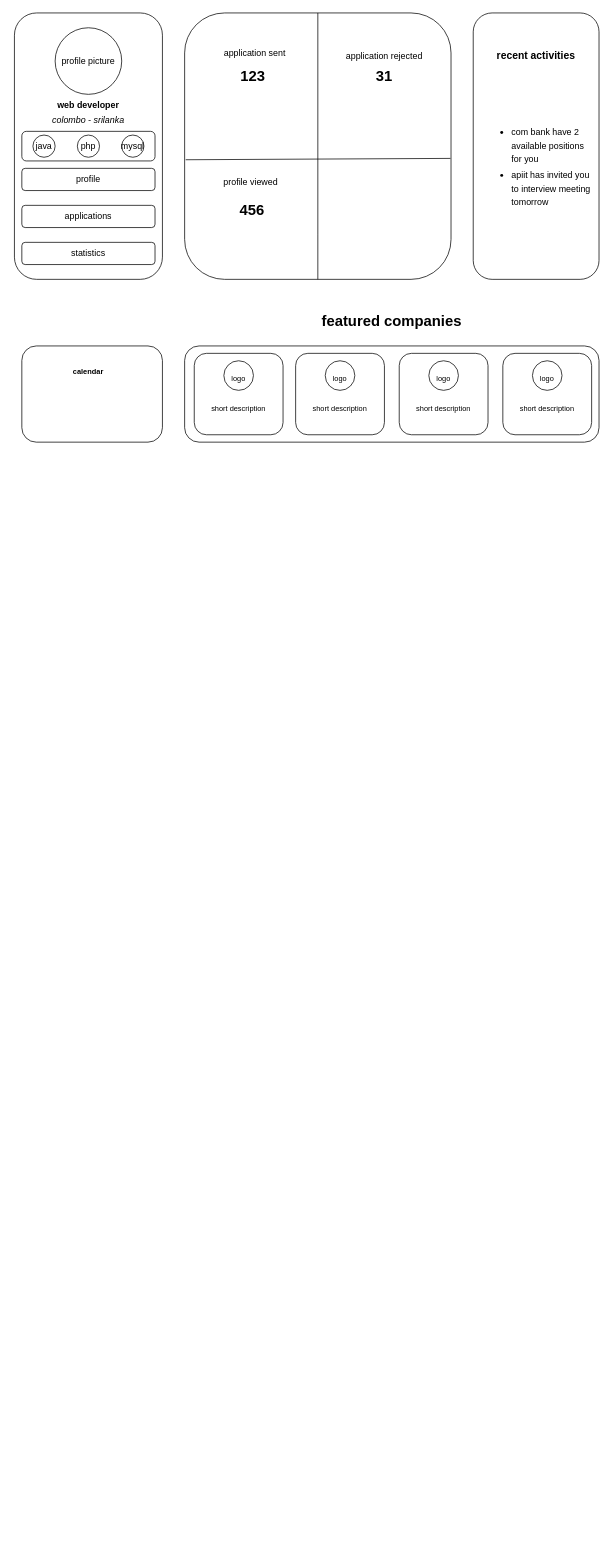
Before: Untitled Diagram.drawio in RUCZENO/WebTest, a draw.io diagram. Source tidied: cells renumbered, new cells numbered last; positions are measured from the earlier drawing's top-left corner, leaving out a move shared by most shapes. Both pictures are drawn from the tidied source at 74%, with x=0, y=0 at pixel (14, 13).
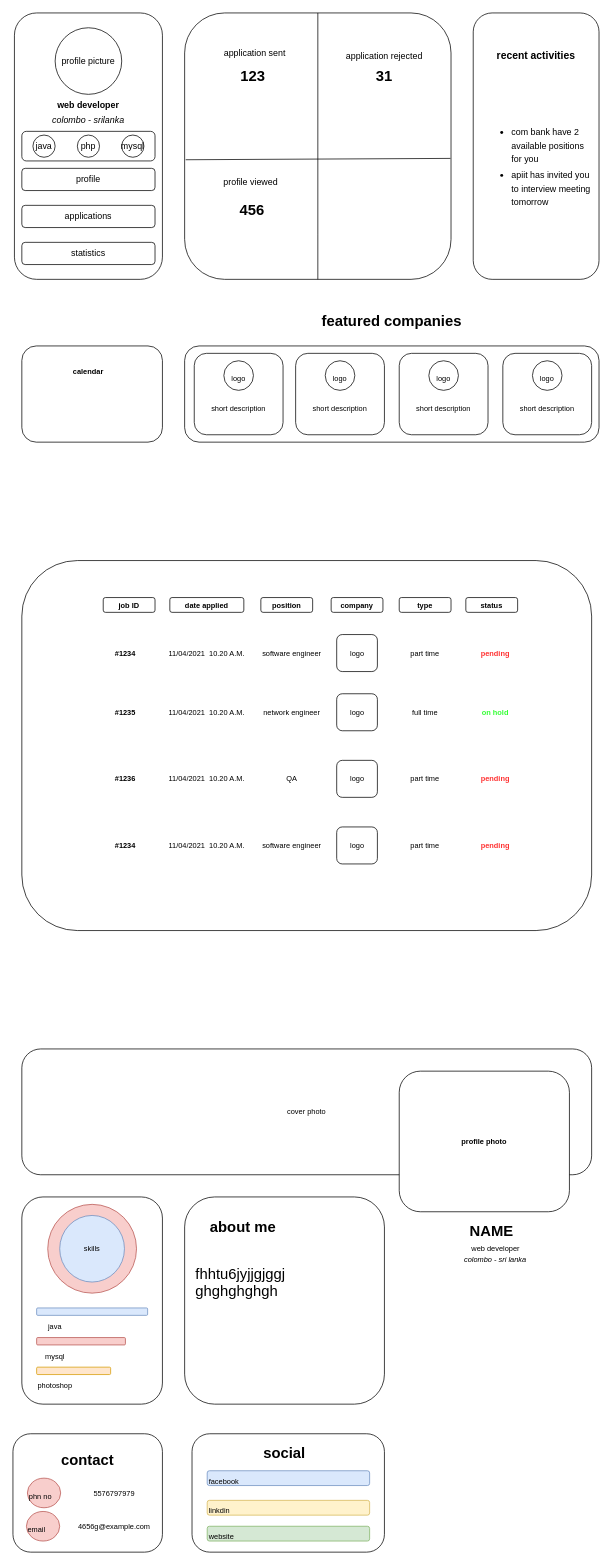
Above is the later version.

What changed in the source:
```diff
@@
+    <mxCell id="41" style="rounded=1;whiteSpace=wrap;html=1;fontSize=10;fillColor=default;" parent="1" vertex="1">
+      <mxGeometry x="10" y="740" width="770" height="500" as="geometry" />
+    </mxCell>
+    <mxCell id="42" value="&lt;b&gt;job ID&lt;/b&gt;" style="rounded=1;whiteSpace=wrap;html=1;fontSize=10;fillColor=default;" parent="1" vertex="1">
+      <mxGeometry x="120" y="790" width="70" height="20" as="geometry" />
+    </mxCell>
+    <mxCell id="43" value="&lt;b&gt;date applied&lt;/b&gt;" style="rounded=1;whiteSpace=wrap;html=1;fontSize=10;fillColor=default;" parent="1" vertex="1">
+      <mxGeometry x="210" y="790" width="100" height="20" as="geometry" />
+    </mxCell>
+    <mxCell id="44" value="&lt;b&gt;position&lt;/b&gt;" style="rounded=1;whiteSpace=wrap;html=1;fontSize=10;fillColor=default;" parent="1" vertex="1">
+      <mxGeometry x="333" y="790" width="70" height="20" as="geometry" />
+    </mxCell>
+    <mxCell id="45" value="&lt;b&gt;company&lt;/b&gt;" style="rounded=1;whiteSpace=wrap;html=1;fontSize=10;fillColor=default;" parent="1" vertex="1">
+      <mxGeometry x="428" y="790" width="70" height="20" as="geometry" />
+    </mxCell>
+    <mxCell id="46" value="&lt;b&gt;type&lt;/b&gt;" style="rounded=1;whiteSpace=wrap;html=1;fontSize=10;fillColor=default;" parent="1" vertex="1">
+      <mxGeometry x="520" y="790" width="70" height="20" as="geometry" />
+    </mxCell>
+    <mxCell id="47" value="&lt;b&gt;status&lt;/b&gt;" style="rounded=1;whiteSpace=wrap;html=1;fontSize=10;fillColor=default;" parent="1" vertex="1">
+      <mxGeometry x="610" y="790" width="70" height="20" as="geometry" />
+    </mxCell>
+    <mxCell id="48" value="logo" style="rounded=1;whiteSpace=wrap;html=1;fontSize=10;fillColor=default;" parent="1" vertex="1">
+      <mxGeometry x="435.5" y="840" width="55" height="50" as="geometry" />
+    </mxCell>
+    <mxCell id="49" value="11/04/2021&amp;nbsp; 10.20 A.M." style="text;html=1;strokeColor=none;fillColor=none;align=center;verticalAlign=middle;whiteSpace=wrap;rounded=0;fontSize=10;" parent="1" vertex="1">
+      <mxGeometry x="205" y="850" width="110" height="30" as="geometry" />
+    </mxCell>
+    <mxCell id="50" value="&lt;b&gt;#1234&lt;/b&gt;" style="text;html=1;strokeColor=none;fillColor=none;align=center;verticalAlign=middle;whiteSpace=wrap;rounded=0;fontSize=10;" parent="1" vertex="1">
+      <mxGeometry x="120" y="850" width="60" height="30" as="geometry" />
+    </mxCell>
+    <mxCell id="51" value="software engineer" style="text;html=1;strokeColor=none;fillColor=none;align=center;verticalAlign=middle;whiteSpace=wrap;rounded=0;fontSize=10;" parent="1" vertex="1">
+      <mxGeometry x="330" y="850" width="90" height="30" as="geometry" />
+    </mxCell>
+    <mxCell id="52" value="part time" style="text;html=1;strokeColor=none;fillColor=none;align=center;verticalAlign=middle;whiteSpace=wrap;rounded=0;fontSize=10;" parent="1" vertex="1">
+      <mxGeometry x="525" y="850" width="60" height="30" as="geometry" />
+    </mxCell>
+    <mxCell id="53" value="&lt;b&gt;&lt;font color=&quot;#ff3333&quot;&gt;pending&lt;/font&gt;&lt;/b&gt;" style="text;html=1;strokeColor=none;fillColor=none;align=center;verticalAlign=middle;whiteSpace=wrap;rounded=0;fontSize=10;" parent="1" vertex="1">
+      <mxGeometry x="620" y="850" width="60" height="30" as="geometry" />
+    </mxCell>
+    <mxCell id="54" value="logo" style="rounded=1;whiteSpace=wrap;html=1;fontSize=10;fillColor=default;" parent="1" vertex="1">
+      <mxGeometry x="435.5" y="920" width="55" height="50" as="geometry" />
+    </mxCell>
+    <mxCell id="55" value="11/04/2021&amp;nbsp; 10.20 A.M." style="text;html=1;strokeColor=none;fillColor=none;align=center;verticalAlign=middle;whiteSpace=wrap;rounded=0;fontSize=10;" parent="1" vertex="1">
+      <mxGeometry x="205" y="930" width="110" height="30" as="geometry" />
+    </mxCell>
+    <mxCell id="56" value="&lt;b&gt;#1235&lt;/b&gt;" style="text;html=1;strokeColor=none;fillColor=none;align=center;verticalAlign=middle;whiteSpace=wrap;rounded=0;fontSize=10;" parent="1" vertex="1">
+      <mxGeometry x="120" y="930" width="60" height="30" as="geometry" />
+    </mxCell>
+    <mxCell id="57" value="network engineer" style="text;html=1;strokeColor=none;fillColor=none;align=center;verticalAlign=middle;whiteSpace=wrap;rounded=0;fontSize=10;" parent="1" vertex="1">
+      <mxGeometry x="330" y="930" width="90" height="30" as="geometry" />
+    </mxCell>
+    <mxCell id="58" value="full time" style="text;html=1;strokeColor=none;fillColor=none;align=center;verticalAlign=middle;whiteSpace=wrap;rounded=0;fontSize=10;" parent="1" vertex="1">
+      <mxGeometry x="525" y="930" width="60" height="30" as="geometry" />
+    </mxCell>
+    <mxCell id="59" value="&lt;b&gt;&lt;font color=&quot;#33ff33&quot;&gt;on hold&lt;/font&gt;&lt;/b&gt;" style="text;html=1;strokeColor=none;fillColor=none;align=center;verticalAlign=middle;whiteSpace=wrap;rounded=0;fontSize=10;" parent="1" vertex="1">
+      <mxGeometry x="620" y="930" width="60" height="30" as="geometry" />
+    </mxCell>
+    <mxCell id="60" value="logo" style="rounded=1;whiteSpace=wrap;html=1;fontSize=10;fillColor=default;" parent="1" vertex="1">
+      <mxGeometry x="435.5" y="1010" width="55" height="50" as="geometry" />
+    </mxCell>
+    <mxCell id="61" value="11/04/2021&amp;nbsp; 10.20 A.M." style="text;html=1;strokeColor=none;fillColor=none;align=center;verticalAlign=middle;whiteSpace=wrap;rounded=0;fontSize=10;" parent="1" vertex="1">
+      <mxGeometry x="205" y="1020" width="110" height="30" as="geometry" />
+    </mxCell>
+    <mxCell id="62" value="&lt;b&gt;#1236&lt;/b&gt;" style="text;html=1;strokeColor=none;fillColor=none;align=center;verticalAlign=middle;whiteSpace=wrap;rounded=0;fontSize=10;" parent="1" vertex="1">
+      <mxGeometry x="120" y="1020" width="60" height="30" as="geometry" />
+    </mxCell>
+    <mxCell id="63" value="QA" style="text;html=1;strokeColor=none;fillColor=none;align=center;verticalAlign=middle;whiteSpace=wrap;rounded=0;fontSize=10;" parent="1" vertex="1">
+      <mxGeometry x="330" y="1020" width="90" height="30" as="geometry" />
+    </mxCell>
+    <mxCell id="64" value="part time" style="text;html=1;strokeColor=none;fillColor=none;align=center;verticalAlign=middle;whiteSpace=wrap;rounded=0;fontSize=10;" parent="1" vertex="1">
+      <mxGeometry x="525" y="1020" width="60" height="30" as="geometry" />
+    </mxCell>
+    <mxCell id="65" value="&lt;b&gt;&lt;font color=&quot;#ff3333&quot;&gt;pending&lt;/font&gt;&lt;/b&gt;" style="text;html=1;strokeColor=none;fillColor=none;align=center;verticalAlign=middle;whiteSpace=wrap;rounded=0;fontSize=10;" parent="1" vertex="1">
+      <mxGeometry x="620" y="1020" width="60" height="30" as="geometry" />
+    </mxCell>
+    <mxCell id="66" value="logo" style="rounded=1;whiteSpace=wrap;html=1;fontSize=10;fillColor=default;" parent="1" vertex="1">
+      <mxGeometry x="435.5" y="1100" width="55" height="50" as="geometry" />
+    </mxCell>
+    <mxCell id="67" value="11/04/2021&amp;nbsp; 10.20 A.M." style="text;html=1;strokeColor=none;fillColor=none;align=center;verticalAlign=middle;whiteSpace=wrap;rounded=0;fontSize=10;" parent="1" vertex="1">
+      <mxGeometry x="205" y="1110" width="110" height="30" as="geometry" />
+    </mxCell>
+    <mxCell id="68" value="&lt;b&gt;#1234&lt;/b&gt;" style="text;html=1;strokeColor=none;fillColor=none;align=center;verticalAlign=middle;whiteSpace=wrap;rounded=0;fontSize=10;" parent="1" vertex="1">
+      <mxGeometry x="120" y="1110" width="60" height="30" as="geometry" />
+    </mxCell>
+    <mxCell id="69" value="software engineer" style="text;html=1;strokeColor=none;fillColor=none;align=center;verticalAlign=middle;whiteSpace=wrap;rounded=0;fontSize=10;" parent="1" vertex="1">
+      <mxGeometry x="330" y="1110" width="90" height="30" as="geometry" />
+    </mxCell>
+    <mxCell id="70" value="part time" style="text;html=1;strokeColor=none;fillColor=none;align=center;verticalAlign=middle;whiteSpace=wrap;rounded=0;fontSize=10;" parent="1" vertex="1">
+      <mxGeometry x="525" y="1110" width="60" height="30" as="geometry" />
+    </mxCell>
+    <mxCell id="71" value="&lt;b&gt;&lt;font color=&quot;#ff3333&quot;&gt;pending&lt;/font&gt;&lt;/b&gt;" style="text;html=1;strokeColor=none;fillColor=none;align=center;verticalAlign=middle;whiteSpace=wrap;rounded=0;fontSize=10;" parent="1" vertex="1">
+      <mxGeometry x="620" y="1110" width="60" height="30" as="geometry" />
+    </mxCell>
+    <mxCell id="72" value="&lt;font color=&quot;#000000&quot;&gt;cover photo&lt;/font&gt;" style="rounded=1;whiteSpace=wrap;html=1;fontSize=10;fontColor=#33FF33;fillColor=default;" parent="1" vertex="1">
+      <mxGeometry x="10" y="1400" width="770" height="170" as="geometry" />
+    </mxCell>
+    <mxCell id="73" value="&lt;font color=&quot;#000000&quot;&gt;&lt;b&gt;profile photo&lt;/b&gt;&lt;/font&gt;" style="rounded=1;whiteSpace=wrap;html=1;fontSize=10;fontColor=#33FF33;fillColor=default;" parent="1" vertex="1">
+      <mxGeometry x="520" y="1430" width="230" height="190" as="geometry" />
+    </mxCell>
+    <mxCell id="74" value="&lt;b&gt;&lt;font style=&quot;font-size: 20px&quot;&gt;NAME&lt;/font&gt;&lt;/b&gt;" style="text;html=1;strokeColor=none;fillColor=none;align=center;verticalAlign=middle;whiteSpace=wrap;rounded=0;fontSize=10;fontColor=#000000;" parent="1" vertex="1">
+      <mxGeometry x="615" y="1630" width="60" height="30" as="geometry" />
+    </mxCell>
+    <mxCell id="75" value="&lt;font style=&quot;font-size: 10px&quot;&gt;web developer&lt;/font&gt;" style="text;html=1;strokeColor=none;fillColor=none;align=center;verticalAlign=middle;whiteSpace=wrap;rounded=0;fontSize=20;fontColor=#000000;" parent="1" vertex="1">
+      <mxGeometry x="597.5" y="1650" width="105" height="30" as="geometry" />
+    </mxCell>
+    <mxCell id="76" value="&lt;i&gt;colombo - sri lanka&lt;/i&gt;" style="text;html=1;strokeColor=none;fillColor=none;align=center;verticalAlign=middle;whiteSpace=wrap;rounded=0;fontSize=10;fontColor=#000000;" parent="1" vertex="1">
+      <mxGeometry x="595" y="1670" width="110" height="30" as="geometry" />
+    </mxCell>
+    <mxCell id="77" style="rounded=1;whiteSpace=wrap;html=1;fontSize=10;fontColor=#000000;fillColor=default;" parent="1" vertex="1">
+      <mxGeometry x="10" y="1600" width="190" height="280" as="geometry" />
+    </mxCell>
+    <mxCell id="78" style="ellipse;whiteSpace=wrap;html=1;fontSize=10;fillColor=#f8cecc;strokeColor=#b85450;" parent="1" vertex="1">
+      <mxGeometry x="45" y="1610" width="120" height="120" as="geometry" />
+    </mxCell>
+    <mxCell id="79" value="skills" style="ellipse;whiteSpace=wrap;html=1;fontSize=10;fillColor=#dae8fc;strokeColor=#6c8ebf;" parent="1" vertex="1">
+      <mxGeometry x="61.2" y="1625" width="87.5" height="90" as="geometry" />
+    </mxCell>
+    <mxCell id="80" style="rounded=1;whiteSpace=wrap;html=1;fontSize=10;strokeColor=#6c8ebf;fillColor=#dae8fc;" parent="1" vertex="1">
+      <mxGeometry x="30" y="1750" width="150" height="10" as="geometry" />
+    </mxCell>
+    <mxCell id="81" value="java" style="text;html=1;strokeColor=none;fillColor=none;align=center;verticalAlign=middle;whiteSpace=wrap;rounded=0;fontSize=10;fontColor=#000000;" parent="1" vertex="1">
+      <mxGeometry x="30" y="1770" width="50" height="10" as="geometry" />
+    </mxCell>
+    <mxCell id="82" style="rounded=1;whiteSpace=wrap;html=1;fontSize=10;strokeColor=#b85450;fillColor=#f8cecc;" parent="1" vertex="1">
+      <mxGeometry x="30" y="1790" width="120" height="10" as="geometry" />
+    </mxCell>
+    <mxCell id="83" value="mysql" style="text;html=1;strokeColor=none;fillColor=none;align=center;verticalAlign=middle;whiteSpace=wrap;rounded=0;fontSize=10;fontColor=#000000;" parent="1" vertex="1">
+      <mxGeometry x="30" y="1810" width="50" height="10" as="geometry" />
+    </mxCell>
+    <mxCell id="84" style="rounded=1;whiteSpace=wrap;html=1;fontSize=10;strokeColor=#d79b00;fillColor=#ffe6cc;" parent="1" vertex="1">
+      <mxGeometry x="30" y="1830" width="100" height="10" as="geometry" />
+    </mxCell>
+    <mxCell id="85" value="photoshop" style="text;html=1;strokeColor=none;fillColor=none;align=center;verticalAlign=middle;whiteSpace=wrap;rounded=0;fontSize=10;fontColor=#000000;" parent="1" vertex="1">
+      <mxGeometry x="30" y="1850" width="50" height="10" as="geometry" />
+    </mxCell>
+    <mxCell id="86" style="rounded=1;whiteSpace=wrap;html=1;fontSize=10;fontColor=#000000;strokeColor=#000000;fillColor=default;" parent="1" vertex="1">
+      <mxGeometry x="230" y="1600" width="270" height="280" as="geometry" />
+    </mxCell>
+    <mxCell id="87" value="&lt;b&gt;&lt;font style=&quot;font-size: 20px&quot;&gt;about me&lt;/font&gt;&lt;/b&gt;" style="text;html=1;strokeColor=none;fillColor=none;align=center;verticalAlign=middle;whiteSpace=wrap;rounded=0;fontSize=10;fontColor=#000000;" parent="1" vertex="1">
+      <mxGeometry x="243" y="1625" width="132" height="30" as="geometry" />
+    </mxCell>
+    <mxCell id="88" value="fhhtu6jyjjgjggj&lt;br&gt;ghghghghgh" style="text;html=1;strokeColor=none;fillColor=none;align=left;verticalAlign=middle;whiteSpace=wrap;rounded=0;fontSize=20;fontColor=#000000;" parent="1" vertex="1">
+      <mxGeometry x="243" y="1650" width="230" height="130" as="geometry" />
+    </mxCell>
+    <mxCell id="89" style="rounded=1;whiteSpace=wrap;html=1;fontSize=20;fontColor=#000000;strokeColor=#000000;fillColor=default;align=left;" parent="1" vertex="1">
+      <mxGeometry x="-2" y="1920" width="202" height="160" as="geometry" />
+    </mxCell>
+    <mxCell id="90" value="&lt;b&gt;contact&lt;/b&gt;" style="text;html=1;strokeColor=none;fillColor=none;align=center;verticalAlign=middle;whiteSpace=wrap;rounded=0;fontSize=20;fontColor=#000000;" parent="1" vertex="1">
+      <mxGeometry x="69" y="1940" width="60" height="30" as="geometry" />
+    </mxCell>
+    <mxCell id="91" value="&lt;font style=&quot;font-size: 10px&quot;&gt;phn no&lt;/font&gt;" style="ellipse;whiteSpace=wrap;html=1;fontSize=20;strokeColor=#b85450;fillColor=#f8cecc;align=left;" parent="1" vertex="1">
+      <mxGeometry x="17.5" y="1980" width="45" height="40" as="geometry" />
+    </mxCell>
+    <mxCell id="92" value="5576797979" style="text;html=1;strokeColor=none;fillColor=none;align=center;verticalAlign=middle;whiteSpace=wrap;rounded=0;fontSize=10;fontColor=#000000;" parent="1" vertex="1">
+      <mxGeometry x="105" y="1985" width="60" height="30" as="geometry" />
+    </mxCell>
+    <mxCell id="93" value="&lt;font style=&quot;font-size: 10px&quot;&gt;email&lt;/font&gt;" style="ellipse;whiteSpace=wrap;html=1;fontSize=20;strokeColor=#b85450;fillColor=#f8cecc;align=left;" parent="1" vertex="1">
+      <mxGeometry x="16.2" y="2025" width="45" height="40" as="geometry" />
+    </mxCell>
+    <mxCell id="94" value="4656g@example.com" style="text;html=1;strokeColor=none;fillColor=none;align=center;verticalAlign=middle;whiteSpace=wrap;rounded=0;fontSize=10;fontColor=#000000;" parent="1" vertex="1">
+      <mxGeometry x="105" y="2030" width="60" height="30" as="geometry" />
+    </mxCell>
+    <mxCell id="95" style="rounded=1;whiteSpace=wrap;html=1;fontSize=10;fontColor=#000000;strokeColor=#000000;fillColor=default;align=left;" parent="1" vertex="1">
+      <mxGeometry x="240" y="1920" width="260" height="160" as="geometry" />
+    </mxCell>
+    <mxCell id="96" value="&lt;b&gt;&lt;font style=&quot;font-size: 20px&quot;&gt;social&lt;/font&gt;&lt;/b&gt;" style="text;html=1;strokeColor=none;fillColor=none;align=center;verticalAlign=middle;whiteSpace=wrap;rounded=0;fontSize=10;fontColor=#000000;" parent="1" vertex="1">
+      <mxGeometry x="335" y="1930" width="60" height="30" as="geometry" />
+    </mxCell>
+    <mxCell id="97" value="&lt;font style=&quot;font-size: 10px&quot;&gt;facebook&lt;/font&gt;" style="rounded=1;whiteSpace=wrap;html=1;fontSize=20;strokeColor=#6c8ebf;fillColor=#dae8fc;align=left;" parent="1" vertex="1">
+      <mxGeometry x="260.5" y="1970" width="219.5" height="20" as="geometry" />
+    </mxCell>
+    <mxCell id="98" value="&lt;font style=&quot;font-size: 10px&quot;&gt;linkdin&lt;/font&gt;" style="rounded=1;whiteSpace=wrap;html=1;fontSize=20;strokeColor=#d6b656;fillColor=#fff2cc;align=left;" parent="1" vertex="1">
+      <mxGeometry x="260.5" y="2010" width="219.5" height="20" as="geometry" />
+    </mxCell>
+    <mxCell id="99" value="&lt;font style=&quot;font-size: 10px&quot;&gt;website&lt;/font&gt;" style="rounded=1;whiteSpace=wrap;html=1;fontSize=20;strokeColor=#82b366;fillColor=#d5e8d4;align=left;" parent="1" vertex="1">
+      <mxGeometry x="260.5" y="2045" width="219.5" height="20" as="geometry" />
+    </mxCell>
```
